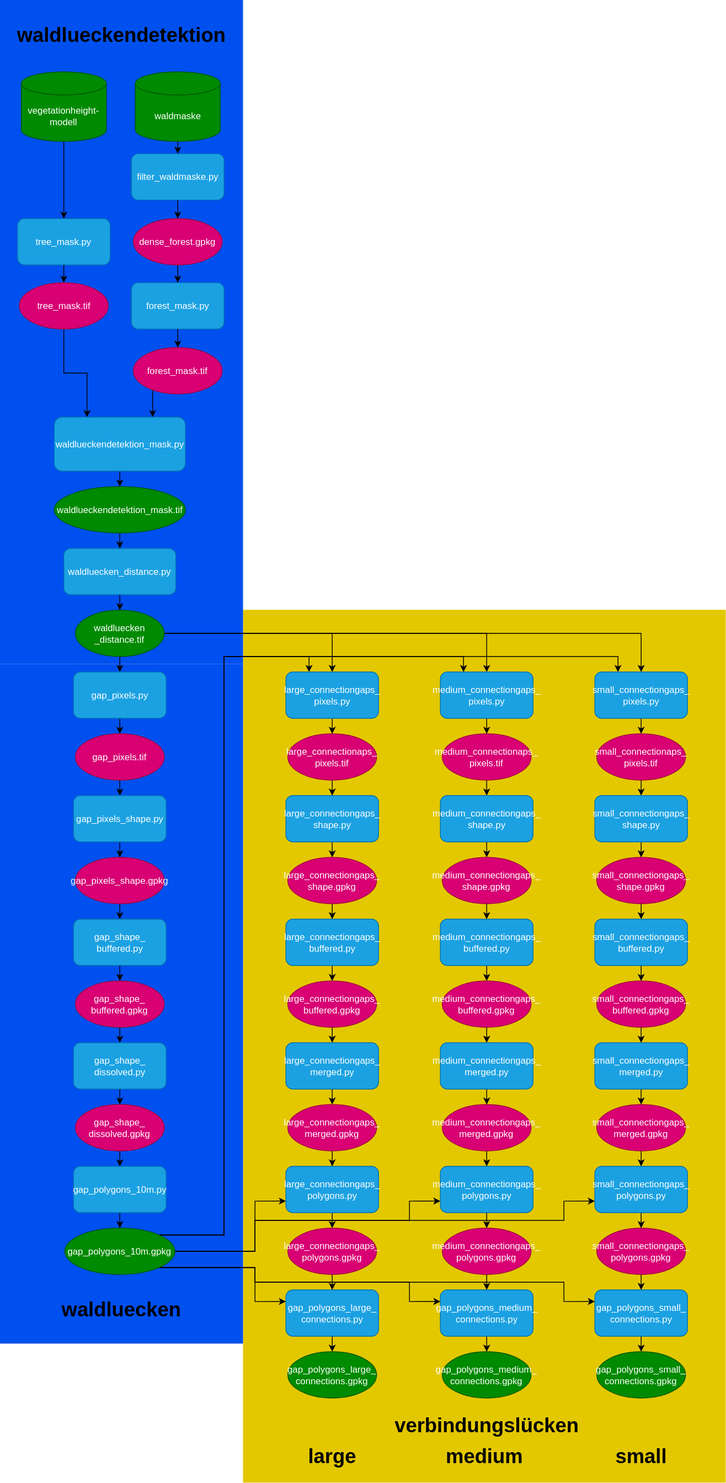
Above: Lueckendetektion_scripts.drawio.svg in liobio72/Lueckendetektion (draw.io), before the change. Source tidied: cells renumbered, new cells last; positions are measured from the earlier drawing's top-left corner, leaving out a move shared by most shapes.
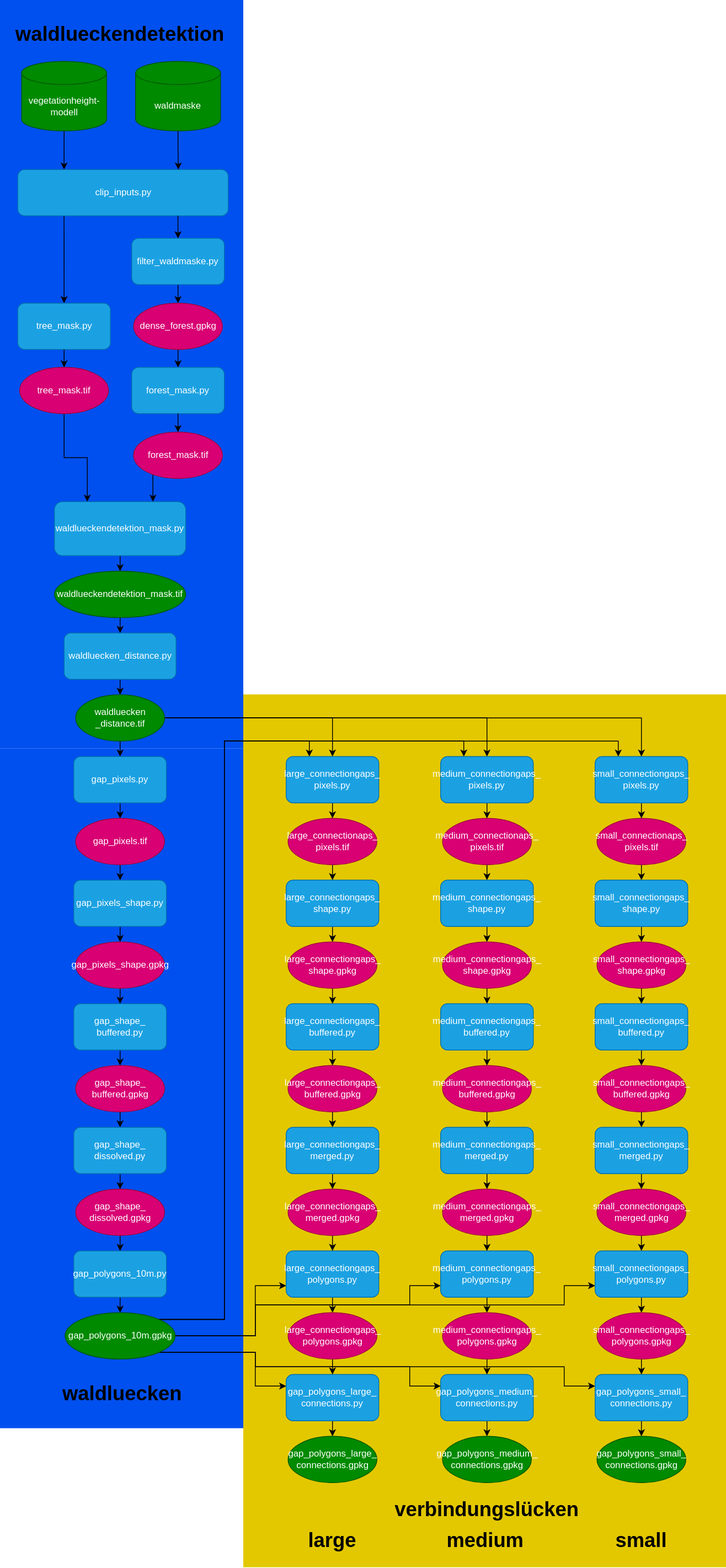
After the change.

What changed in the source:
```diff
@@ -9,19 +9,13 @@
       <mxGeometry x="330" y="860" width="315" height="880" as="geometry" />
     </mxCell>
     <mxCell id="4" style="rounded=0;whiteSpace=wrap;html=1;fillColor=#0050ef;strokeColor=none;fontColor=#ffffff;" parent="1" vertex="1">
-      <mxGeometry x="330" width="315" height="860" as="geometry" />
+      <mxGeometry x="330" y="-110" width="315" height="970" as="geometry" />
     </mxCell>
-    <mxCell id="5" style="edgeStyle=orthogonalEdgeStyle;rounded=0;jettySize=auto;html=1;exitX=0.5;exitY=1;exitDx=0;exitDy=0;exitPerimeter=0;entryX=0.5;entryY=0;entryDx=0;entryDy=0;" parent="1" edge="1" source="6" target="16">
-      <mxGeometry relative="1" as="geometry" />
-    </mxCell>
     <mxCell id="6" value="vegetationheight-&lt;div&gt;modell&lt;/div&gt;" style="shape=cylinder3;whiteSpace=wrap;html=1;boundedLbl=1;backgroundOutline=1;size=15;fillColor=#008a00;fontColor=#ffffff;strokeColor=#005700;" parent="1" vertex="1">
-      <mxGeometry x="357.5" y="93" width="110" height="90" as="geometry" />
+      <mxGeometry x="357.5" y="-30" width="110" height="90" as="geometry" />
     </mxCell>
-    <mxCell id="7" style="edgeStyle=orthogonalEdgeStyle;rounded=0;jettySize=auto;html=1;exitX=0.5;exitY=1;exitDx=0;exitDy=0;exitPerimeter=0;entryX=0.5;entryY=0;entryDx=0;entryDy=0;" parent="1" edge="1" source="8" target="14">
-      <mxGeometry relative="1" as="geometry" />
-    </mxCell>
     <mxCell id="8" value="waldmaske" style="shape=cylinder3;whiteSpace=wrap;html=1;boundedLbl=1;backgroundOutline=1;size=15;fillColor=#008a00;fontColor=#ffffff;strokeColor=#005700;" parent="1" vertex="1">
-      <mxGeometry x="505" y="93" width="110" height="90" as="geometry" />
+      <mxGeometry x="505" y="-30" width="110" height="90" as="geometry" />
     </mxCell>
     <mxCell id="9" style="edgeStyle=orthogonalEdgeStyle;rounded=0;jettySize=auto;html=1;exitX=0.5;exitY=1;exitDx=0;exitDy=0;entryX=0.25;entryY=0;entryDx=0;entryDy=0;" parent="1" edge="1" source="10" target="20">
       <mxGeometry relative="1" as="geometry" />
@@ -460,7 +454,7 @@
       <mxGeometry x="1102.5" y="1590" width="115" height="60" as="geometry" />
     </mxCell>
     <mxCell id="133" value="waldlueckendetektion" style="text;html=1;whiteSpace=wrap;strokeColor=none;fillColor=none;align=center;verticalAlign=middle;rounded=0;fontStyle=1;fontSize=26;" parent="1" vertex="1">
-      <mxGeometry x="457.5" y="30" width="60" height="30" as="geometry" />
+      <mxGeometry x="455" y="-80" width="60" height="30" as="geometry" />
     </mxCell>
     <mxCell id="134" value="waldluecken" style="text;html=1;whiteSpace=wrap;strokeColor=none;fillColor=none;align=center;verticalAlign=middle;rounded=0;fontStyle=1;fontSize=26;" parent="1" vertex="1">
       <mxGeometry x="457.5" y="1680" width="60" height="30" as="geometry" />
@@ -477,5 +471,22 @@
     <mxCell id="138" value="small" style="text;html=1;whiteSpace=wrap;strokeColor=none;fillColor=none;align=center;verticalAlign=middle;rounded=0;fontStyle=1;fontSize=26;" parent="1" vertex="1">
       <mxGeometry x="1130" y="1870" width="60" height="30" as="geometry" />
     </mxCell>
+    <mxCell id="139" style="edgeStyle=orthogonalEdgeStyle;rounded=0;jettySize=auto;html=1;exitX=0.22;exitY=0.833;exitDx=0;exitDy=0;entryX=0.5;entryY=0;entryDx=0;entryDy=0;exitPerimeter=0;" parent="1" edge="1" source="140" target="16">
+      <mxGeometry relative="1" as="geometry" />
+    </mxCell>
+    <mxCell id="140" value="clip_inputs.py" style="rounded=1;whiteSpace=wrap;html=1;fillColor=#1ba1e2;fontColor=#ffffff;strokeColor=#006EAF;" parent="1" vertex="1">
+      <mxGeometry x="352.5" y="110" width="272.5" height="60" as="geometry" />
+    </mxCell>
+    <mxCell id="141" style="edgeStyle=orthogonalEdgeStyle;rounded=0;jettySize=auto;html=1;exitX=0.5;exitY=1;exitDx=0;exitDy=0;exitPerimeter=0;" parent="1" edge="1" source="8">
+      <mxGeometry relative="1" as="geometry">
+        <mxPoint x="560.4" y="110" as="targetPoint" />
+      </mxGeometry>
+    </mxCell>
+    <mxCell id="142" style="edgeStyle=orthogonalEdgeStyle;rounded=0;jettySize=auto;html=1;exitX=0.5;exitY=0;exitDx=0;exitDy=0;entryX=0.761;entryY=0.997;entryDx=0;entryDy=0;entryPerimeter=0;startArrow=classic;startFill=1;endArrow=none;endFill=0;" parent="1" edge="1" source="14" target="140">
+      <mxGeometry relative="1" as="geometry" />
+    </mxCell>
+    <mxCell id="143" style="edgeStyle=orthogonalEdgeStyle;rounded=0;jettySize=auto;html=1;exitX=0.5;exitY=1;exitDx=0;exitDy=0;exitPerimeter=0;entryX=0.22;entryY=0;entryDx=0;entryDy=0;entryPerimeter=0;" parent="1" edge="1" source="6" target="140">
+      <mxGeometry relative="1" as="geometry" />
+    </mxCell>
   </root>
 </mxGraphModel>
```
